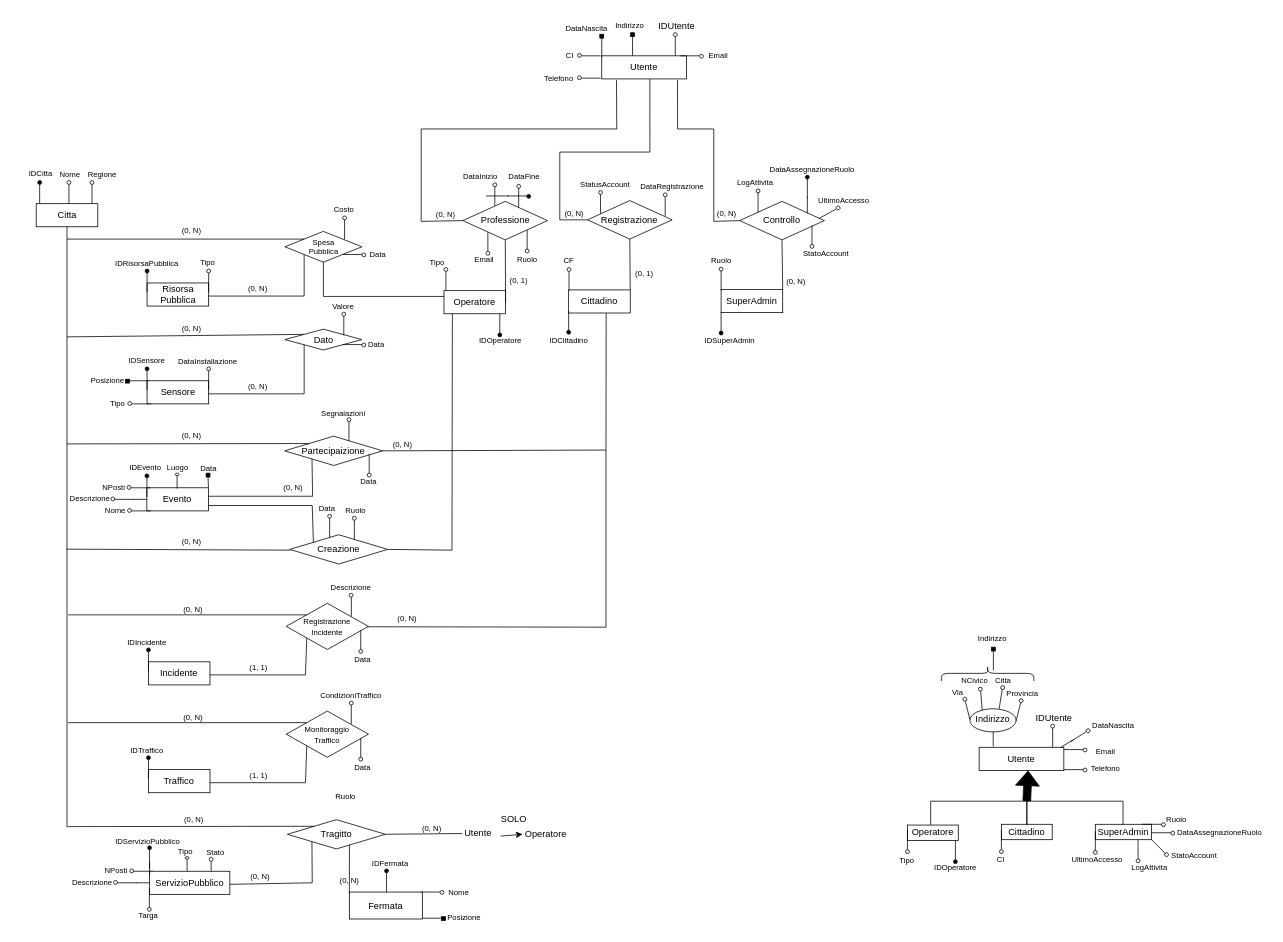
This is Diagramma senza titolo.drawio from mattebest045/UrbanBrain, a draw.io file, before an edit. Source tidied: cells renumbered, new cells numbered last; positions are measured from the earlier drawing's top-left corner, leaving out a move shared by most shapes. Both pictures are drawn from the tidied source at 77%, with x=0, y=0 at pixel (13, 13).
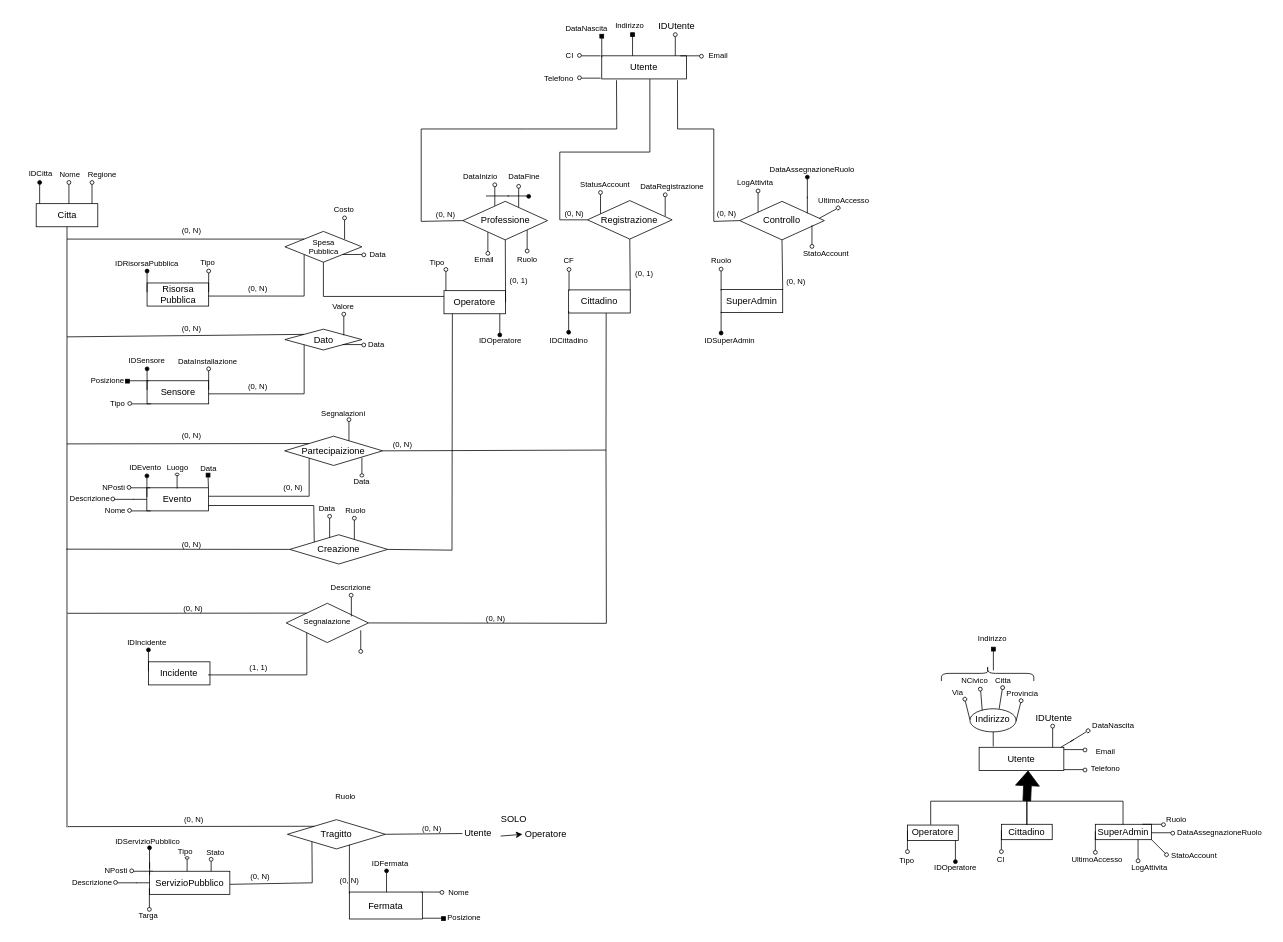
The same page after the edit.

Unchanged cells that the change refers to:
```xml
<mxCell id="145" value="&lt;div style=&quot;padding-top: 3px;&quot;&gt;&lt;span style=&quot;background-color: initial;&quot;&gt;Partecipaizione&lt;/span&gt;&lt;br&gt;&lt;/div&gt;" style="rhombus;whiteSpace=wrap;html=1;align=center;verticalAlign=top;fontFamily=Helvetica;fontSize=12;fontColor=default;fillColor=none;gradientColor=none;spacingTop=2;" parent="1" vertex="1">
  <mxGeometry x="352.2" y="549" width="127.2" height="38" as="geometry" />
</mxCell>
<mxCell id="177" value="Incidente" style="rounded=0;whiteSpace=wrap;html=1;" parent="1" vertex="1">
  <mxGeometry x="175.2" y="842" width="80" height="30" as="geometry" />
</mxCell>
<mxCell id="386" value="&lt;div style=&quot;padding-top: 3px;&quot;&gt;&lt;span style=&quot;background-color: initial;&quot;&gt;Creazione&lt;/span&gt;&lt;br&gt;&lt;/div&gt;" style="rhombus;whiteSpace=wrap;html=1;align=center;verticalAlign=top;fontFamily=Helvetica;fontSize=12;fontColor=default;fillColor=none;gradientColor=none;spacingTop=2;" parent="1" vertex="1">
  <mxGeometry x="358.8" y="677" width="127.2" height="38" as="geometry" />
</mxCell>
```

What changed in the source:
```diff
@@
-    <mxCell id="146" style="endArrow=none;html=1;rounded=0;fontFamily=Helvetica;fontSize=12;fontColor=default;entryX=0.279;entryY=0.777;entryDx=0;entryDy=0;entryPerimeter=0;" parent="1" edge="1" target="145">
+    <mxCell id="146" style="endArrow=none;html=1;rounded=0;fontFamily=Helvetica;fontSize=12;fontColor=default;entryX=0;entryY=1;entryDx=0;entryDy=0;" parent="1" edge="1" target="145">
       <mxGeometry relative="1" as="geometry">
         <mxPoint x="253.5" y="627" as="sourcePoint" />
         <Array as="points">
-          <mxPoint x="388.5" y="627" />
+          <mxPoint x="384" y="627" />
         </Array>
       </mxGeometry>
     </mxCell>
@@
     <mxCell id="152" value="Data" style="text;html=1;align=center;verticalAlign=middle;strokeColor=none;fillColor=none;fontFamily=Helvetica;fontSize=10;fontColor=default;" parent="1" vertex="1">
-      <mxGeometry x="441" y="593" width="40" height="30" as="geometry" />
+      <mxGeometry x="432" y="592" width="40" height="30" as="geometry" />
     </mxCell>
@@
     <mxCell id="174" style="group;" parent="1" vertex="1">
-      <mxGeometry x="459.5" y="572" width="5" height="30" as="geometry" />
+      <mxGeometry x="450" y="577" width="5" height="25" as="geometry" />
     </mxCell>
     <mxCell id="175" style="endArrow=none;html=1;rounded=0;fontFamily=Helvetica;fontSize=12;fontColor=default;entryX=0;entryY=0;entryDx=0;entryDy=0;" parent="174" edge="1">
       <mxGeometry relative="1" as="geometry">
         <mxPoint x="2.5" as="sourcePoint" />
-        <mxPoint x="2.5" y="25" as="targetPoint" />
+        <mxPoint x="2.5" y="20.8" as="targetPoint" />
       </mxGeometry>
     </mxCell>
     <mxCell id="176" style="ellipse;whiteSpace=wrap;html=1;align=center;verticalAlign=top;fontFamily=Helvetica;fontSize=12;fontColor=default;fillColor=none;gradientColor=none;rotation=0;" parent="174" vertex="1">
-      <mxGeometry y="25" width="5" height="5" as="geometry" />
+      <mxGeometry y="20.8" width="5" height="4.2" as="geometry" />
     </mxCell>
@@
-    <mxCell id="181" value="&lt;span style=&quot;font-size: 10px;&quot;&gt;Registrazione&lt;/span&gt;&lt;div&gt;&lt;span style=&quot;font-size: 10px;&quot;&gt;Incidente&lt;/span&gt;&lt;/div&gt;" style="rhombus;whiteSpace=wrap;html=1;align=center;verticalAlign=top;fontFamily=Helvetica;fontSize=12;fontColor=default;fillColor=none;gradientColor=none;spacing=0;spacingTop=12;" parent="1" vertex="1">
-      <mxGeometry x="354.2" y="766" width="106.8" height="60" as="geometry" />
+    <mxCell id="181" value="&lt;span style=&quot;font-size: 10px;&quot;&gt;Segnalazione&lt;/span&gt;" style="rhombus;whiteSpace=wrap;html=1;align=center;verticalAlign=top;fontFamily=Helvetica;fontSize=12;fontColor=default;fillColor=none;gradientColor=none;spacing=0;spacingTop=12;" parent="1" vertex="1">
+      <mxGeometry x="354.2" y="766" width="106.8" height="51" as="geometry" />
     </mxCell>
-    <mxCell id="182" style="endArrow=none;html=1;rounded=0;fontFamily=Helvetica;fontSize=12;fontColor=default;entryX=0;entryY=1;entryDx=0;entryDy=0;exitX=0.995;exitY=0.566;exitDx=0;exitDy=0;exitPerimeter=0;" parent="1" edge="1" source="177" target="181">
+    <mxCell id="182" style="endArrow=none;html=1;rounded=0;fontFamily=Helvetica;fontSize=12;fontColor=default;entryX=0;entryY=1;entryDx=0;entryDy=0;exitX=0.995;exitY=0.566;exitDx=0;exitDy=0;exitPerimeter=0;" parent="1" edge="1" target="181">
       <mxGeometry relative="1" as="geometry">
+        <mxPoint x="252.8" y="859" as="sourcePoint" />
         <Array as="points">
-          <mxPoint x="379.2" y="859" />
+          <mxPoint x="381" y="859" />
         </Array>
       </mxGeometry>
     </mxCell>
     <mxCell id="183" value="(0, N)" style="text;html=1;align=center;verticalAlign=middle;strokeColor=none;fillColor=none;fontFamily=Helvetica;fontSize=10;fontColor=default;" parent="1" vertex="1">
-      <mxGeometry x="207.8" y="759" width="50" height="30" as="geometry" />
+      <mxGeometry x="207.8" y="757" width="50" height="30" as="geometry" />
     </mxCell>
@@
-    <mxCell id="187" value="Data" style="text;html=1;align=center;verticalAlign=middle;strokeColor=none;fillColor=none;fontFamily=Helvetica;fontSize=10;fontColor=default;" parent="1" vertex="1">
-      <mxGeometry x="432.8" y="824" width="40" height="30" as="geometry" />
-    </mxCell>
@@
     <mxCell id="189" style="endArrow=none;html=1;rounded=0;fontFamily=Helvetica;fontSize=12;fontColor=default;exitX=0;exitY=0;exitDx=0;exitDy=0;" parent="1" edge="1" source="181">
       <mxGeometry relative="1" as="geometry">
-        <mxPoint x="71" y="781" as="targetPoint" />
+        <mxPoint x="70" y="779" as="targetPoint" />
       </mxGeometry>
     </mxCell>
@@
     <mxCell id="194" value="(0, N)" style="text;html=1;align=center;verticalAlign=middle;strokeColor=none;fillColor=none;fontFamily=Helvetica;fontSize=10;fontColor=default;" parent="1" vertex="1">
-      <mxGeometry x="486" y="770.5" width="50" height="30" as="geometry" />
+      <mxGeometry x="601" y="770" width="50" height="30" as="geometry" />
     </mxCell>
-    <mxCell id="195" style="endArrow=none;html=1;rounded=0;fontFamily=Helvetica;fontSize=12;fontColor=default;exitX=1;exitY=0.5;exitDx=0;exitDy=0;" parent="1" edge="1">
+    <mxCell id="195" style="endArrow=none;html=1;rounded=0;fontFamily=Helvetica;fontSize=12;fontColor=default;exitX=1;exitY=0.5;exitDx=0;exitDy=0;" parent="1" edge="1" source="181">
       <mxGeometry relative="1" as="geometry">
-        <mxPoint x="460" y="796.5" as="sourcePoint" />
         <mxPoint x="769.5" y="567" as="targetPoint" />
         <Array as="points">
-          <mxPoint x="769.5" y="797" />
+          <mxPoint x="770" y="792" />
         </Array>
       </mxGeometry>
     </mxCell>
-    <mxCell id="196" value="Traffico" style="rounded=0;whiteSpace=wrap;html=1;" parent="1" vertex="1">
-      <mxGeometry x="175.2" y="982" width="80" height="30" as="geometry" />
-    </mxCell>
-    <mxCell id="197" style="group;align=center;verticalAlign=top;fontFamily=Helvetica;fontSize=12;fontColor=default;fillColor=none;gradientColor=none;" parent="1" vertex="1">
-      <mxGeometry x="172.8" y="964" width="5" height="30" as="geometry" />
-    </mxCell>
-    <mxCell id="198" style="endArrow=none;html=1;rounded=0;fontFamily=Helvetica;fontSize=12;fontColor=default;entryX=0;entryY=0;entryDx=0;entryDy=0;" parent="197" edge="1">
-      <mxGeometry relative="1" as="geometry">
-        <mxPoint x="2.5" y="30" as="sourcePoint" />
-        <mxPoint x="2.5" y="5" as="targetPoint" />
-      </mxGeometry>
-    </mxCell>
-    <mxCell id="199" style="ellipse;whiteSpace=wrap;html=1;align=center;verticalAlign=top;fontFamily=Helvetica;fontSize=12;fillColor=#000000;strokeColor=#000000;fontColor=default;rotation=-180;" parent="197" vertex="1">
-      <mxGeometry width="5" height="5" as="geometry" />
-    </mxCell>
-    <mxCell id="200" value="&lt;span style=&quot;font-size: 10px;&quot;&gt;Monitoraggio&lt;/span&gt;&lt;div&gt;&lt;span style=&quot;font-size: 10px;&quot;&gt;Traffico&lt;/span&gt;&lt;/div&gt;" style="rhombus;whiteSpace=wrap;html=1;align=center;verticalAlign=top;fontFamily=Helvetica;fontSize=12;fontColor=default;fillColor=none;gradientColor=none;spacing=0;spacingTop=12;" parent="1" vertex="1">
-      <mxGeometry x="354.2" y="906" width="106.8" height="60" as="geometry" />
-    </mxCell>
-    <mxCell id="201" style="endArrow=none;html=1;rounded=0;fontFamily=Helvetica;fontSize=12;fontColor=default;entryX=0;entryY=1;entryDx=0;entryDy=0;exitX=0.995;exitY=0.566;exitDx=0;exitDy=0;exitPerimeter=0;" parent="1" edge="1" source="196" target="200">
-      <mxGeometry relative="1" as="geometry">
-        <Array as="points">
-          <mxPoint x="379.2" y="999" />
-        </Array>
-      </mxGeometry>
-    </mxCell>
-    <mxCell id="202" value="(0, N)" style="text;html=1;align=center;verticalAlign=middle;strokeColor=none;fillColor=none;fontFamily=Helvetica;fontSize=10;fontColor=default;" parent="1" vertex="1">
-      <mxGeometry x="207.8" y="899" width="50" height="30" as="geometry" />
-    </mxCell>
-    <mxCell id="203" value="(1, 1)" style="text;html=1;align=center;verticalAlign=middle;strokeColor=none;fillColor=none;fontFamily=Helvetica;fontSize=10;fontColor=default;" parent="1" vertex="1">
-      <mxGeometry x="293.2" y="974" width="50" height="30" as="geometry" />
-    </mxCell>
-    <mxCell id="204" style="group;align=center;verticalAlign=top;fontFamily=Helvetica;fontSize=12;fontColor=default;fillColor=none;gradientColor=none;" parent="1" vertex="1">
-      <mxGeometry x="436.2" y="893" width="5" height="30" as="geometry" />
-    </mxCell>
-    <mxCell id="205" style="endArrow=none;html=1;rounded=0;fontFamily=Helvetica;fontSize=12;fontColor=default;entryX=0;entryY=0;entryDx=0;entryDy=0;" parent="204" edge="1">
-      <mxGeometry relative="1" as="geometry">
-        <mxPoint x="2.5" y="30" as="sourcePoint" />
-        <mxPoint x="2.5" y="5" as="targetPoint" />
-      </mxGeometry>
-    </mxCell>
-    <mxCell id="206" style="ellipse;whiteSpace=wrap;html=1;align=center;verticalAlign=top;fontFamily=Helvetica;fontSize=12;fontColor=default;fillColor=none;gradientColor=none;rotation=-180;" parent="204" vertex="1">
-      <mxGeometry width="5" height="5" as="geometry" />
-    </mxCell>
-    <mxCell id="207" value="Data" style="text;html=1;align=center;verticalAlign=middle;strokeColor=none;fillColor=none;fontFamily=Helvetica;fontSize=10;fontColor=default;" parent="1" vertex="1">
-      <mxGeometry x="432.8" y="964" width="40" height="30" as="geometry" />
-    </mxCell>
-    <mxCell id="208" value="IDTraffico" style="text;html=1;align=center;verticalAlign=middle;strokeColor=none;fillColor=none;fontFamily=Helvetica;fontSize=10;fontColor=default;" parent="1" vertex="1">
-      <mxGeometry x="137.8" y="942" width="70" height="30" as="geometry" />
-    </mxCell>
-    <mxCell id="209" style="group;" parent="1" vertex="1">
-      <mxGeometry x="448.5" y="941" width="5" height="30" as="geometry" />
-    </mxCell>
-    <mxCell id="210" style="endArrow=none;html=1;rounded=0;fontFamily=Helvetica;fontSize=12;fontColor=default;entryX=0;entryY=0;entryDx=0;entryDy=0;" parent="209" edge="1">
-      <mxGeometry relative="1" as="geometry">
-        <mxPoint x="2.5" as="sourcePoint" />
-        <mxPoint x="2.5" y="25" as="targetPoint" />
-      </mxGeometry>
-    </mxCell>
-    <mxCell id="211" style="ellipse;whiteSpace=wrap;html=1;align=center;verticalAlign=top;fontFamily=Helvetica;fontSize=12;fontColor=default;fillColor=none;gradientColor=none;rotation=0;" parent="209" vertex="1">
-      <mxGeometry y="25" width="5" height="5" as="geometry" />
-    </mxCell>
-    <mxCell id="212" style="endArrow=none;html=1;rounded=0;fontFamily=Helvetica;fontSize=12;fontColor=default;exitX=0;exitY=0;exitDx=0;exitDy=0;" parent="1" edge="1" source="200">
-      <mxGeometry relative="1" as="geometry">
-        <mxPoint x="71" y="921" as="targetPoint" />
-      </mxGeometry>
-    </mxCell>
-    <mxCell id="213" value="CondizioniTraffico" style="text;html=1;align=center;verticalAlign=middle;strokeColor=none;fillColor=none;fontFamily=Helvetica;fontSize=10;fontColor=default;" parent="1" vertex="1">
-      <mxGeometry x="387.8" y="870" width="100" height="30" as="geometry" />
-    </mxCell>
@@
-    <mxCell id="387" style="endArrow=none;html=1;rounded=0;fontFamily=Helvetica;fontSize=12;fontColor=default;" parent="1" edge="1">
+    <mxCell id="387" style="endArrow=none;html=1;rounded=0;fontFamily=Helvetica;fontSize=12;fontColor=default;exitX=0;exitY=0.5;exitDx=0;exitDy=0;" parent="1" edge="1" source="386">
       <mxGeometry relative="1" as="geometry">
-        <mxPoint x="359.5" y="697" as="sourcePoint" />
         <mxPoint x="68.5" y="695.7" as="targetPoint" />
         <Array as="points">
           <mxPoint x="68.5" y="695.7" />
         </Array>
       </mxGeometry>
     </mxCell>
-    <mxCell id="388" style="endArrow=none;html=1;rounded=0;fontFamily=Helvetica;fontSize=12;fontColor=default;" parent="1" edge="1">
+    <mxCell id="388" style="endArrow=none;html=1;rounded=0;fontFamily=Helvetica;fontSize=12;fontColor=default;entryX=0;entryY=0;entryDx=0;entryDy=0;" parent="1" edge="1" target="386">
       <mxGeometry relative="1" as="geometry">
         <mxPoint x="253" y="639" as="sourcePoint" />
-        <mxPoint x="389.5" y="687" as="targetPoint" />
         <Array as="points">
-          <mxPoint x="388" y="639" />
+          <mxPoint x="390" y="639" />
         </Array>
       </mxGeometry>
     </mxCell>
@@
     <mxCell id="402" value="(0, N)" style="text;html=1;align=center;verticalAlign=middle;strokeColor=none;fillColor=none;fontFamily=Helvetica;fontSize=10;fontColor=default;" parent="1" vertex="1">
-      <mxGeometry x="205.8" y="670" width="50" height="30" as="geometry" />
+      <mxGeometry x="205.8" y="674" width="50" height="30" as="geometry" />
     </mxCell>
```
